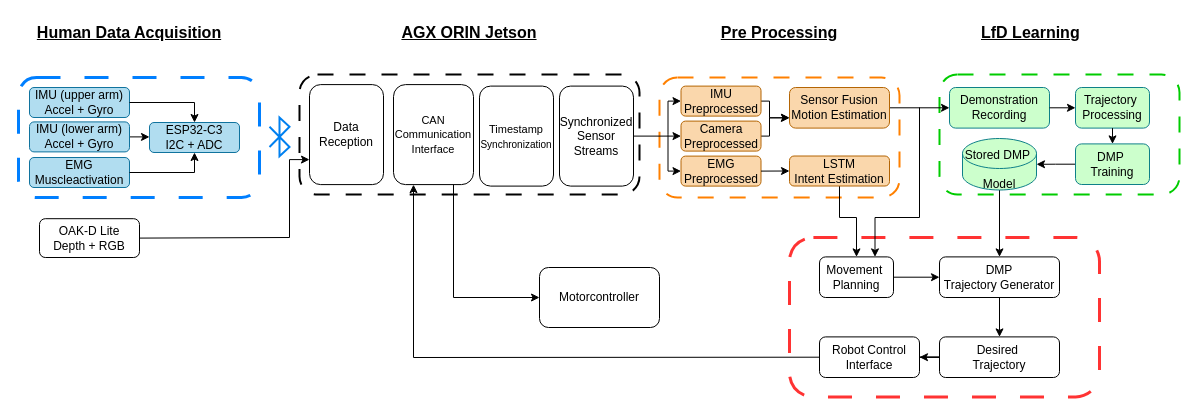
This is report/Software Architecture.drawio.xml from MDU-C2/LIMB-Bionic-Arm-HT26, a draw.io file, before an edit. Source tidied: cells renumbered, new cells numbered last; positions are measured from the earlier drawing's top-left corner, leaving out a move shared by most shapes. Both pictures are drawn from the tidied source at 100%, with x=0, y=0 at pixel (18, 17).
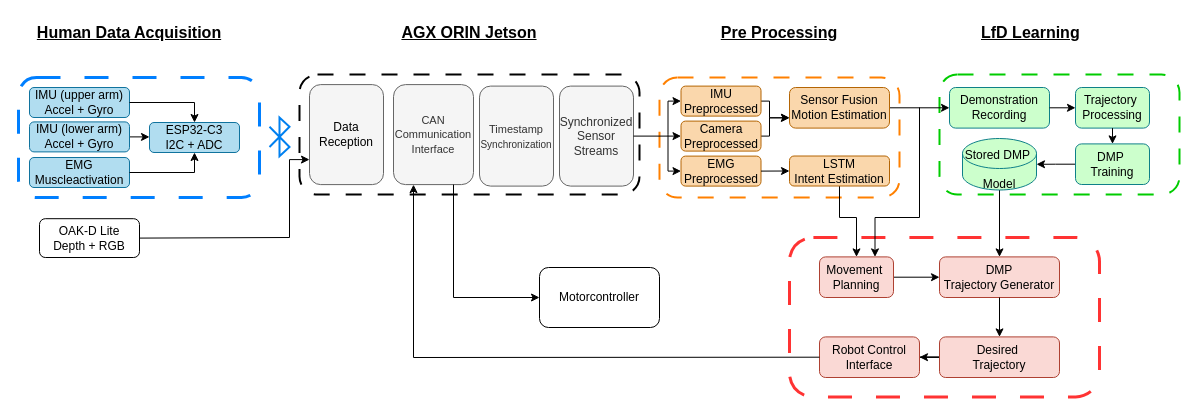
Above is the later version.

Diff of the diagram source:
```diff
@@
-    <mxCell id="29" value="&lt;div&gt;&lt;span style=&quot;background-color: transparent; color: light-dark(#000000, var(--ge-light-color, #ffffff));&quot;&gt;Data Reception&lt;/span&gt;&lt;/div&gt;" style="rounded=1;whiteSpace=wrap;html=1;roundedPerimeter=1;" parent="1" vertex="1">
+    <mxCell id="29" value="&lt;div&gt;&lt;span style=&quot;background-color: transparent; color: light-dark(#000000, var(--ge-light-color, #ffffff));&quot;&gt;Data Reception&lt;/span&gt;&lt;/div&gt;" style="rounded=1;whiteSpace=wrap;html=1;roundedPerimeter=1;fillColor=#f5f5f5;fontColor=#333333;strokeColor=#666666;" parent="1" vertex="1">
       <mxGeometry x="291" y="67.1" width="74" height="100" as="geometry" />
     </mxCell>
@@
-    <mxCell id="32" value="Synchronized Sensor Streams" style="rounded=1;whiteSpace=wrap;html=1;roundedPerimeter=1;" parent="1" vertex="1">
+    <mxCell id="32" value="Synchronized Sensor Streams" style="rounded=1;whiteSpace=wrap;html=1;roundedPerimeter=1;fillColor=#f5f5f5;fontColor=#333333;strokeColor=#666666;" parent="1" vertex="1">
       <mxGeometry x="541" y="68.6" width="74" height="100" as="geometry" />
     </mxCell>
@@
-    <mxCell id="37" value="&lt;font style=&quot;font-size: 11px;&quot;&gt;CAN Communication Interface&lt;/font&gt;" style="rounded=1;whiteSpace=wrap;html=1;roundedPerimeter=1;" parent="1" vertex="1">
+    <mxCell id="37" value="&lt;font style=&quot;font-size: 11px;&quot;&gt;CAN Communication Interface&lt;/font&gt;" style="rounded=1;whiteSpace=wrap;html=1;roundedPerimeter=1;fillColor=#f5f5f5;fontColor=#333333;strokeColor=#666666;" parent="1" vertex="1">
       <mxGeometry x="375" y="67.1" width="80" height="100" as="geometry" />
     </mxCell>
@@
-    <mxCell id="44" value="DMP Trajectory&amp;nbsp;&lt;span style=&quot;background-color: transparent; color: light-dark(#000000, var(--ge-light-color, #ffffff));&quot;&gt;Generator&lt;/span&gt;" style="rounded=1;whiteSpace=wrap;html=1;roundedPerimeter=1;" parent="1" vertex="1">
+    <mxCell id="44" value="DMP Trajectory&amp;nbsp;&lt;span style=&quot;background-color: transparent; color: light-dark(#000000, var(--ge-light-color, #ffffff));&quot;&gt;Generator&lt;/span&gt;" style="rounded=1;whiteSpace=wrap;html=1;roundedPerimeter=1;fillColor=#fad9d5;strokeColor=#ae4132;" parent="1" vertex="1">
       <mxGeometry x="921" y="239.4" width="120" height="40.6" as="geometry" />
     </mxCell>
@@
-    <mxCell id="46" value="Desired&amp;nbsp;&lt;div&gt;Trajectory&lt;/div&gt;" style="rounded=1;whiteSpace=wrap;html=1;roundedPerimeter=1;" parent="1" vertex="1">
+    <mxCell id="46" value="Desired&amp;nbsp;&lt;div&gt;Trajectory&lt;/div&gt;" style="rounded=1;whiteSpace=wrap;html=1;roundedPerimeter=1;fillColor=#fad9d5;strokeColor=#ae4132;" parent="1" vertex="1">
       <mxGeometry x="921" y="319.4" width="120" height="40.6" as="geometry" />
     </mxCell>
-    <mxCell id="47" value="Robot Control Interface" style="rounded=1;whiteSpace=wrap;html=1;roundedPerimeter=1;" parent="1" vertex="1">
+    <mxCell id="47" value="Robot Control Interface" style="rounded=1;whiteSpace=wrap;html=1;roundedPerimeter=1;fillColor=#fad9d5;strokeColor=#ae4132;" parent="1" vertex="1">
       <mxGeometry x="801" y="319.4" width="100" height="40.6" as="geometry" />
     </mxCell>
@@
-    <mxCell id="50" value="Movement&amp;nbsp;&lt;div&gt;Planning&lt;/div&gt;" style="rounded=1;whiteSpace=wrap;html=1;" parent="1" vertex="1">
+    <mxCell id="50" value="Movement&amp;nbsp;&lt;div&gt;Planning&lt;/div&gt;" style="rounded=1;whiteSpace=wrap;html=1;fillColor=#fad9d5;strokeColor=#ae4132;" parent="1" vertex="1">
       <mxGeometry x="801" y="239.4" width="74" height="40.6" as="geometry" />
     </mxCell>
-    <mxCell id="51" value="&lt;font style=&quot;font-size: 11px;&quot;&gt;Timestamp &lt;/font&gt;&lt;font style=&quot;font-size: 10px;&quot;&gt;Synchronization&lt;/font&gt;" style="rounded=1;whiteSpace=wrap;html=1;roundedPerimeter=1;" parent="1" vertex="1">
+    <mxCell id="51" value="&lt;font style=&quot;font-size: 11px;&quot;&gt;Timestamp &lt;/font&gt;&lt;font style=&quot;font-size: 10px;&quot;&gt;Synchronization&lt;/font&gt;" style="rounded=1;whiteSpace=wrap;html=1;roundedPerimeter=1;fillColor=#f5f5f5;fontColor=#333333;strokeColor=#666666;" parent="1" vertex="1">
       <mxGeometry x="461" y="68.6" width="74" height="100" as="geometry" />
     </mxCell>
```
